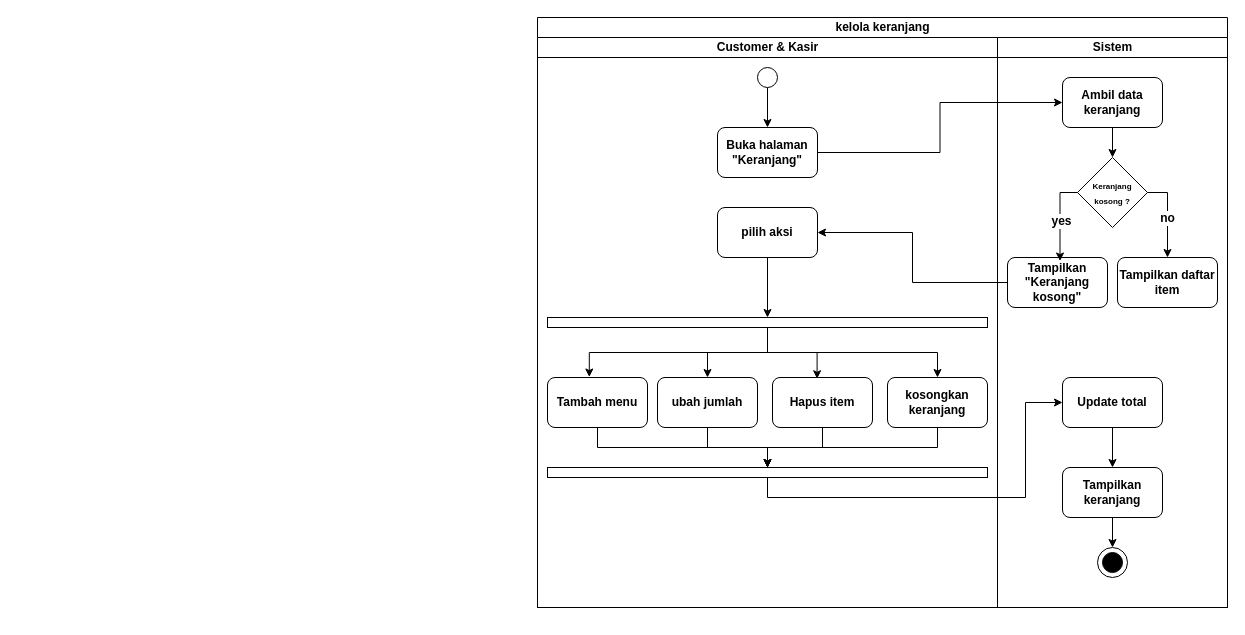
Above: page "kelola keranjang" (8 of 19) of assets/uml/activity-diagram.drawio in RIOKOWI/warmindo_purnama_flutter (draw.io), before the change. Source tidied: cells renumbered, new cells numbered last; positions are measured from the earlier drawing's top-left corner, leaving out a move shared by most shapes. Both pictures are drawn from the tidied source at 100%, with x=0, y=0 at pixel (17, 17).
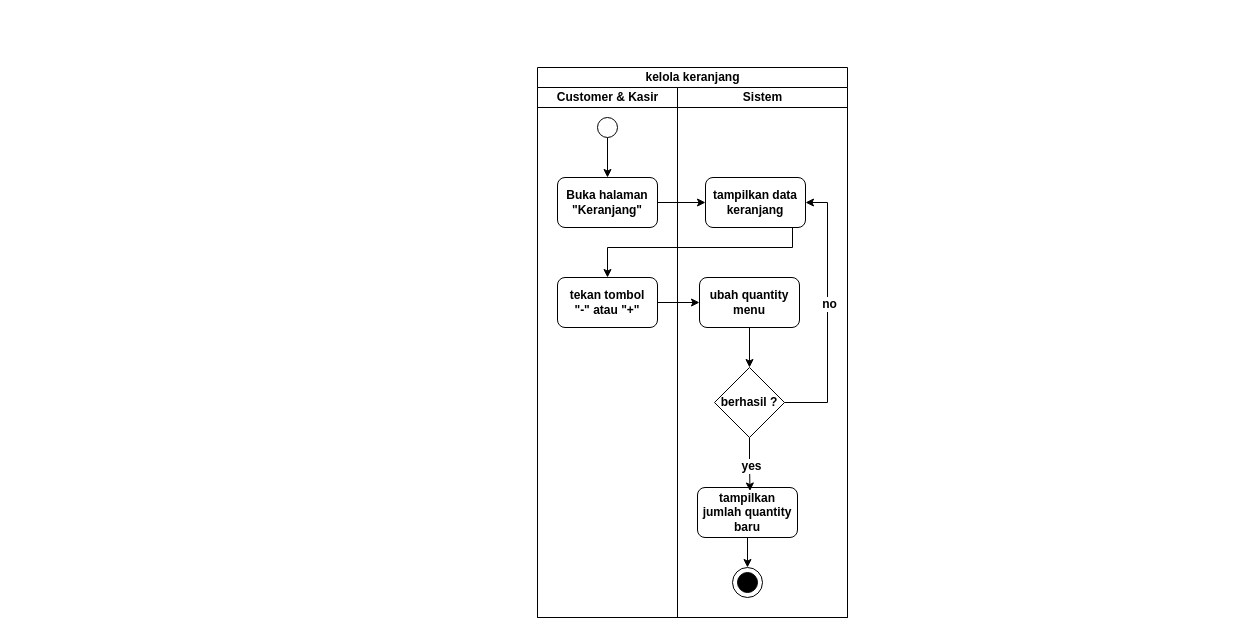
The same page after the edit.

Commit message:
docs(uml): refactor activity diagram manage cart

Unchanged cells that the change refers to:
```xml
<mxCell id="39" style="ellipse;whiteSpace=wrap;html=1;strokeColor=default;align=center;verticalAlign=middle;fontFamily=Helvetica;fontSize=12;fontColor=default;fontStyle=1;fillColor=default;" parent="38" vertex="1">
  <mxGeometry width="30" height="30" as="geometry" />
</mxCell>
```

The edit, as a diff of the source:
```diff
@@
     <mxCell id="3" value="kelola keranjang" style="swimlane;startSize=20;html=1;" parent="1" vertex="1">
-      <mxGeometry x="520" width="690" height="590" as="geometry" />
+      <mxGeometry x="520" y="50" width="310" height="550" as="geometry" />
     </mxCell>
     <mxCell id="4" value="Customer &amp;amp; Kasir" style="swimlane;startSize=20;html=1;" parent="3" vertex="1">
-      <mxGeometry y="20" width="460" height="570" as="geometry" />
+      <mxGeometry y="20" width="140" height="530" as="geometry" />
     </mxCell>
@@
     <mxCell id="6" style="ellipse;whiteSpace=wrap;html=1;strokeColor=default;align=center;verticalAlign=middle;fontFamily=Helvetica;fontSize=12;fontColor=default;fontStyle=1;fillColor=default;" parent="4" vertex="1">
-      <mxGeometry x="220" y="30" width="20" height="20" as="geometry" />
+      <mxGeometry x="60" y="30" width="20" height="20" as="geometry" />
     </mxCell>
     <mxCell id="7" value="Buka halaman &quot;Keranjang&quot;" style="rounded=1;whiteSpace=wrap;html=1;strokeColor=default;align=center;verticalAlign=middle;fontFamily=Helvetica;fontSize=12;fontColor=default;fontStyle=1;fillColor=default;" parent="4" vertex="1">
-      <mxGeometry x="180" y="90" width="100" height="50" as="geometry" />
+      <mxGeometry x="20" y="90" width="100" height="50" as="geometry" />
     </mxCell>
-    <mxCell id="8" style="edgeStyle=orthogonalEdgeStyle;shape=connector;rounded=0;html=1;entryX=0.5;entryY=0;entryDx=0;entryDy=0;strokeColor=default;align=center;verticalAlign=middle;fontFamily=Helvetica;fontSize=12;fontColor=default;fontStyle=1;labelBackgroundColor=default;endArrow=classic;curved=0;" parent="4" edge="1" source="10" target="14">
-      <mxGeometry relative="1" as="geometry" />
-    </mxCell>
-    <mxCell id="9" style="edgeStyle=orthogonalEdgeStyle;shape=connector;rounded=0;html=1;entryX=0.5;entryY=0;entryDx=0;entryDy=0;strokeColor=default;align=center;verticalAlign=middle;fontFamily=Helvetica;fontSize=12;fontColor=default;fontStyle=1;labelBackgroundColor=default;endArrow=classic;curved=0;" parent="4" edge="1" source="10" target="18">
-      <mxGeometry relative="1" as="geometry" />
-    </mxCell>
-    <mxCell id="10" style="rounded=0;whiteSpace=wrap;html=1;strokeColor=default;align=center;verticalAlign=middle;fontFamily=Helvetica;fontSize=12;fontColor=default;fontStyle=1;fillColor=default;" parent="4" vertex="1">
-      <mxGeometry x="10" y="280" width="440" height="10" as="geometry" />
-    </mxCell>
-    <mxCell id="11" style="edgeStyle=orthogonalEdgeStyle;shape=connector;rounded=0;html=1;entryX=0.5;entryY=0;entryDx=0;entryDy=0;strokeColor=default;align=center;verticalAlign=middle;fontFamily=Helvetica;fontSize=12;fontColor=default;fontStyle=1;labelBackgroundColor=default;endArrow=classic;curved=0;" parent="4" edge="1" source="12" target="21">
-      <mxGeometry relative="1" as="geometry" />
-    </mxCell>
-    <mxCell id="12" value="Tambah menu" style="rounded=1;whiteSpace=wrap;html=1;strokeColor=default;align=center;verticalAlign=middle;fontFamily=Helvetica;fontSize=12;fontColor=default;fontStyle=1;fillColor=default;" parent="4" vertex="1">
-      <mxGeometry x="10" y="340" width="100" height="50" as="geometry" />
-    </mxCell>
-    <mxCell id="13" style="edgeStyle=orthogonalEdgeStyle;shape=connector;rounded=0;html=1;entryX=0.5;entryY=0;entryDx=0;entryDy=0;strokeColor=default;align=center;verticalAlign=middle;fontFamily=Helvetica;fontSize=12;fontColor=default;fontStyle=1;labelBackgroundColor=default;endArrow=classic;curved=0;" parent="4" edge="1" source="14" target="21">
-      <mxGeometry relative="1" as="geometry" />
-    </mxCell>
-    <mxCell id="14" value="ubah jumlah" style="rounded=1;whiteSpace=wrap;html=1;strokeColor=default;align=center;verticalAlign=middle;fontFamily=Helvetica;fontSize=12;fontColor=default;fontStyle=1;fillColor=default;" parent="4" vertex="1">
-      <mxGeometry x="120" y="340" width="100" height="50" as="geometry" />
-    </mxCell>
-    <mxCell id="15" style="edgeStyle=orthogonalEdgeStyle;shape=connector;rounded=0;html=1;entryX=0.5;entryY=0;entryDx=0;entryDy=0;strokeColor=default;align=center;verticalAlign=middle;fontFamily=Helvetica;fontSize=12;fontColor=default;fontStyle=1;labelBackgroundColor=default;endArrow=classic;curved=0;" parent="4" edge="1" source="16" target="21">
-      <mxGeometry relative="1" as="geometry" />
-    </mxCell>
-    <mxCell id="16" value="Hapus item" style="rounded=1;whiteSpace=wrap;html=1;strokeColor=default;align=center;verticalAlign=middle;fontFamily=Helvetica;fontSize=12;fontColor=default;fontStyle=1;fillColor=default;" parent="4" vertex="1">
-      <mxGeometry x="235" y="340" width="100" height="50" as="geometry" />
-    </mxCell>
-    <mxCell id="17" style="edgeStyle=orthogonalEdgeStyle;shape=connector;rounded=0;html=1;entryX=0.5;entryY=0;entryDx=0;entryDy=0;strokeColor=default;align=center;verticalAlign=middle;fontFamily=Helvetica;fontSize=12;fontColor=default;fontStyle=1;labelBackgroundColor=default;endArrow=classic;curved=0;" parent="4" edge="1" source="18" target="21">
-      <mxGeometry relative="1" as="geometry" />
-    </mxCell>
-    <mxCell id="18" value="kosongkan keranjang" style="rounded=1;whiteSpace=wrap;html=1;strokeColor=default;align=center;verticalAlign=middle;fontFamily=Helvetica;fontSize=12;fontColor=default;fontStyle=1;fillColor=default;" parent="4" vertex="1">
-      <mxGeometry x="350" y="340" width="100" height="50" as="geometry" />
-    </mxCell>
-    <mxCell id="19" style="edgeStyle=orthogonalEdgeStyle;shape=connector;rounded=0;html=1;entryX=0.418;entryY=-0.01;entryDx=0;entryDy=0;entryPerimeter=0;strokeColor=default;align=center;verticalAlign=middle;fontFamily=Helvetica;fontSize=12;fontColor=default;fontStyle=1;labelBackgroundColor=default;endArrow=classic;curved=0;" parent="4" edge="1" source="10" target="12">
-      <mxGeometry relative="1" as="geometry" />
-    </mxCell>
-    <mxCell id="20" style="edgeStyle=orthogonalEdgeStyle;shape=connector;rounded=0;html=1;entryX=0.446;entryY=0.025;entryDx=0;entryDy=0;entryPerimeter=0;strokeColor=default;align=center;verticalAlign=middle;fontFamily=Helvetica;fontSize=12;fontColor=default;fontStyle=1;labelBackgroundColor=default;endArrow=classic;curved=0;" parent="4" edge="1" source="10" target="16">
-      <mxGeometry relative="1" as="geometry" />
-    </mxCell>
-    <mxCell id="21" style="rounded=0;whiteSpace=wrap;html=1;strokeColor=default;align=center;verticalAlign=middle;fontFamily=Helvetica;fontSize=12;fontColor=default;fontStyle=1;fillColor=default;" parent="4" vertex="1">
-      <mxGeometry x="10" y="430" width="440" height="10" as="geometry" />
-    </mxCell>
-    <mxCell id="22" style="edgeStyle=none;html=1;entryX=0.5;entryY=0;entryDx=0;entryDy=0;" parent="4" edge="1" source="23" target="10">
-      <mxGeometry relative="1" as="geometry" />
-    </mxCell>
-    <mxCell id="23" value="pilih aksi" style="rounded=1;whiteSpace=wrap;html=1;strokeColor=default;align=center;verticalAlign=middle;fontFamily=Helvetica;fontSize=12;fontColor=default;fontStyle=1;fillColor=default;" parent="4" vertex="1">
-      <mxGeometry x="180" y="170" width="100" height="50" as="geometry" />
+    <mxCell id="23" value="tekan tombol&lt;div&gt;&quot;-&quot; atau &quot;+&quot;&lt;/div&gt;" style="rounded=1;whiteSpace=wrap;html=1;strokeColor=default;align=center;verticalAlign=middle;fontFamily=Helvetica;fontSize=12;fontColor=default;fontStyle=1;fillColor=default;" parent="4" vertex="1">
+      <mxGeometry x="20" y="190" width="100" height="50" as="geometry" />
     </mxCell>
     <mxCell id="24" value="Sistem" style="swimlane;startSize=20;html=1;" parent="3" vertex="1">
-      <mxGeometry x="460" y="20" width="230" height="570" as="geometry" />
+      <mxGeometry x="140" y="20" width="170" height="530" as="geometry" />
     </mxCell>
-    <mxCell id="25" style="edgeStyle=orthogonalEdgeStyle;shape=connector;rounded=0;html=1;entryX=0.5;entryY=0;entryDx=0;entryDy=0;strokeColor=default;align=center;verticalAlign=middle;fontFamily=Helvetica;fontSize=12;fontColor=default;fontStyle=1;labelBackgroundColor=default;endArrow=classic;curved=0;" parent="24" edge="1" source="26" target="29">
-      <mxGeometry relative="1" as="geometry" />
-    </mxCell>
-    <mxCell id="26" value="Ambil data keranjang" style="rounded=1;whiteSpace=wrap;html=1;strokeColor=default;align=center;verticalAlign=middle;fontFamily=Helvetica;fontSize=12;fontColor=default;fontStyle=1;fillColor=default;" parent="24" vertex="1">
-      <mxGeometry x="65" y="40" width="100" height="50" as="geometry" />
+    <mxCell id="26" value="tampilkan data keranjang" style="rounded=1;whiteSpace=wrap;html=1;strokeColor=default;align=center;verticalAlign=middle;fontFamily=Helvetica;fontSize=12;fontColor=default;fontStyle=1;fillColor=default;" parent="24" vertex="1">
+      <mxGeometry x="28" y="90" width="100" height="50" as="geometry" />
     </mxCell>
-    <mxCell id="27" style="edgeStyle=orthogonalEdgeStyle;shape=connector;rounded=0;html=1;entryX=0.5;entryY=0;entryDx=0;entryDy=0;strokeColor=default;align=center;verticalAlign=middle;fontFamily=Helvetica;fontSize=12;fontColor=default;fontStyle=1;labelBackgroundColor=default;endArrow=classic;exitX=1;exitY=0.5;exitDx=0;exitDy=0;curved=0;" parent="24" edge="1" source="29" target="30">
-      <mxGeometry relative="1" as="geometry" />
+    <mxCell id="27" style="edgeStyle=orthogonalEdgeStyle;shape=connector;rounded=0;html=1;entryX=1;entryY=0.5;entryDx=0;entryDy=0;strokeColor=default;align=center;verticalAlign=middle;fontFamily=Helvetica;fontSize=12;fontColor=default;fontStyle=1;labelBackgroundColor=default;endArrow=classic;exitX=1;exitY=0.5;exitDx=0;exitDy=0;curved=0;" parent="24" edge="1" source="29" target="26">
+      <mxGeometry relative="1" as="geometry">
+        <Array as="points">
+          <mxPoint x="150" y="315" />
+          <mxPoint x="150" y="115" />
+        </Array>
+      </mxGeometry>
     </mxCell>
@@
-    <mxCell id="29" value="&lt;font style=&quot;font-size: 8px;&quot;&gt;Keranjang&lt;/font&gt;&lt;div&gt;&lt;font style=&quot;font-size: 8px;&quot;&gt;kosong ?&lt;/font&gt;&lt;/div&gt;" style="rhombus;whiteSpace=wrap;html=1;strokeColor=default;align=center;verticalAlign=middle;fontFamily=Helvetica;fontSize=12;fontColor=default;fontStyle=1;fillColor=default;" parent="24" vertex="1">
-      <mxGeometry x="80" y="120" width="70" height="70" as="geometry" />
+    <mxCell id="29" value="&lt;font&gt;berhasil ?&lt;/font&gt;" style="rhombus;whiteSpace=wrap;html=1;strokeColor=default;align=center;verticalAlign=middle;fontFamily=Helvetica;fontSize=12;fontColor=default;fontStyle=1;fillColor=default;" parent="24" vertex="1">
+      <mxGeometry x="37" y="280" width="70" height="70" as="geometry" />
     </mxCell>
-    <mxCell id="30" value="Tampilkan daftar item" style="rounded=1;whiteSpace=wrap;html=1;strokeColor=default;align=center;verticalAlign=middle;fontFamily=Helvetica;fontSize=12;fontColor=default;fontStyle=1;fillColor=default;" parent="24" vertex="1">
-      <mxGeometry x="120" y="220" width="100" height="50" as="geometry" />
-    </mxCell>
+    <mxCell id="44" style="edgeStyle=orthogonalEdgeStyle;shape=connector;curved=0;rounded=0;html=1;entryX=0.5;entryY=0;entryDx=0;entryDy=0;strokeColor=default;align=center;verticalAlign=middle;fontFamily=Helvetica;fontSize=12;fontColor=default;fontStyle=1;labelBackgroundColor=default;endArrow=classic;" parent="24" edge="1" source="31" target="39">
+      <mxGeometry relative="1" as="geometry" />
+    </mxCell>
-    <mxCell id="31" value="Tampilkan&lt;div&gt;&quot;Keranjang kosong&quot;&lt;/div&gt;" style="rounded=1;whiteSpace=wrap;html=1;strokeColor=default;align=center;verticalAlign=middle;fontFamily=Helvetica;fontSize=12;fontColor=default;fontStyle=1;fillColor=default;" parent="24" vertex="1">
-      <mxGeometry x="10" y="220" width="100" height="50" as="geometry" />
+    <mxCell id="31" value="tampilkan jumlah quantity baru" style="rounded=1;whiteSpace=wrap;html=1;strokeColor=default;align=center;verticalAlign=middle;fontFamily=Helvetica;fontSize=12;fontColor=default;fontStyle=1;fillColor=default;" parent="24" vertex="1">
+      <mxGeometry x="20" y="400" width="100" height="50" as="geometry" />
     </mxCell>
-    <mxCell id="32" style="edgeStyle=orthogonalEdgeStyle;shape=connector;rounded=0;html=1;entryX=0.525;entryY=0.07;entryDx=0;entryDy=0;entryPerimeter=0;strokeColor=default;align=center;verticalAlign=middle;fontFamily=Helvetica;fontSize=12;fontColor=default;fontStyle=1;labelBackgroundColor=default;endArrow=classic;exitX=0;exitY=0.5;exitDx=0;exitDy=0;curved=0;" parent="24" edge="1" source="29" target="31">
+    <mxCell id="32" style="edgeStyle=orthogonalEdgeStyle;shape=connector;rounded=0;html=1;entryX=0.525;entryY=0.07;entryDx=0;entryDy=0;entryPerimeter=0;strokeColor=default;align=center;verticalAlign=middle;fontFamily=Helvetica;fontSize=12;fontColor=default;fontStyle=1;labelBackgroundColor=default;endArrow=classic;exitX=0.5;exitY=1;exitDx=0;exitDy=0;curved=0;" parent="24" edge="1" source="29" target="31">
       <mxGeometry relative="1" as="geometry" />
     </mxCell>
@@
-    <mxCell id="34" style="edgeStyle=orthogonalEdgeStyle;shape=connector;rounded=0;html=1;entryX=0.5;entryY=0;entryDx=0;entryDy=0;strokeColor=default;align=center;verticalAlign=middle;fontFamily=Helvetica;fontSize=12;fontColor=default;fontStyle=1;labelBackgroundColor=default;endArrow=classic;curved=0;" parent="24" edge="1" source="35" target="37">
-      <mxGeometry relative="1" as="geometry" />
-    </mxCell>
-    <mxCell id="35" value="Update total" style="rounded=1;whiteSpace=wrap;html=1;strokeColor=default;align=center;verticalAlign=middle;fontFamily=Helvetica;fontSize=12;fontColor=default;fontStyle=1;fillColor=default;" parent="24" vertex="1">
-      <mxGeometry x="65" y="340" width="100" height="50" as="geometry" />
-    </mxCell>
-    <mxCell id="36" style="edgeStyle=orthogonalEdgeStyle;shape=connector;rounded=0;html=1;entryX=0.5;entryY=0;entryDx=0;entryDy=0;strokeColor=default;align=center;verticalAlign=middle;fontFamily=Helvetica;fontSize=12;fontColor=default;fontStyle=1;labelBackgroundColor=default;endArrow=classic;curved=0;" parent="24" edge="1" source="37" target="39">
-      <mxGeometry relative="1" as="geometry" />
-    </mxCell>
-    <mxCell id="37" value="Tampilkan keranjang" style="rounded=1;whiteSpace=wrap;html=1;strokeColor=default;align=center;verticalAlign=middle;fontFamily=Helvetica;fontSize=12;fontColor=default;fontStyle=1;fillColor=default;" parent="24" vertex="1">
-      <mxGeometry x="65" y="430" width="100" height="50" as="geometry" />
-    </mxCell>
     <mxCell id="38" style="group;" parent="24" vertex="1">
-      <mxGeometry x="100" y="510" width="30" height="30" as="geometry" />
+      <mxGeometry x="55" y="480" width="30" height="30" as="geometry" />
     </mxCell>
@@
+    <mxCell id="45" style="edgeStyle=orthogonalEdgeStyle;shape=connector;curved=0;rounded=0;html=1;entryX=0.5;entryY=0;entryDx=0;entryDy=0;strokeColor=default;align=center;verticalAlign=middle;fontFamily=Helvetica;fontSize=12;fontColor=default;fontStyle=1;labelBackgroundColor=default;endArrow=classic;" parent="24" edge="1" source="46" target="29">
+      <mxGeometry relative="1" as="geometry" />
+    </mxCell>
+    <mxCell id="46" value="ubah quantity menu" style="rounded=1;whiteSpace=wrap;html=1;strokeColor=default;align=center;verticalAlign=middle;fontFamily=Helvetica;fontSize=12;fontColor=default;fontStyle=1;fillColor=default;" parent="24" vertex="1">
+      <mxGeometry x="22" y="190" width="100" height="50" as="geometry" />
+    </mxCell>
@@
-    <mxCell id="42" style="edgeStyle=orthogonalEdgeStyle;shape=connector;rounded=0;html=1;entryX=1;entryY=0.5;entryDx=0;entryDy=0;strokeColor=default;align=center;verticalAlign=middle;fontFamily=Helvetica;fontSize=12;fontColor=default;fontStyle=1;labelBackgroundColor=default;endArrow=classic;curved=0;" parent="3" edge="1" source="31" target="23">
-      <mxGeometry relative="1" as="geometry" />
-    </mxCell>
-    <mxCell id="43" style="edgeStyle=orthogonalEdgeStyle;shape=connector;rounded=0;html=1;entryX=0;entryY=0.5;entryDx=0;entryDy=0;strokeColor=default;align=center;verticalAlign=middle;fontFamily=Helvetica;fontSize=12;fontColor=default;fontStyle=1;labelBackgroundColor=default;endArrow=classic;exitX=0.5;exitY=1;exitDx=0;exitDy=0;curved=0;" parent="3" edge="1" source="21" target="35">
-      <mxGeometry relative="1" as="geometry">
-        <Array as="points">
-          <mxPoint x="230" y="480" />
-          <mxPoint x="488" y="480" />
-          <mxPoint x="488" y="385" />
-        </Array>
-      </mxGeometry>
-    </mxCell>
+    <mxCell id="47" style="edgeStyle=orthogonalEdgeStyle;shape=connector;curved=0;rounded=0;html=1;strokeColor=default;align=center;verticalAlign=middle;fontFamily=Helvetica;fontSize=12;fontColor=default;fontStyle=1;labelBackgroundColor=default;endArrow=classic;" parent="3" edge="1" source="23" target="46">
+      <mxGeometry relative="1" as="geometry" />
+    </mxCell>
+    <mxCell id="48" style="edgeStyle=orthogonalEdgeStyle;shape=connector;curved=0;rounded=0;html=1;strokeColor=default;align=center;verticalAlign=middle;fontFamily=Helvetica;fontSize=12;fontColor=default;fontStyle=1;labelBackgroundColor=default;endArrow=classic;" parent="3" edge="1" source="26" target="23">
+      <mxGeometry relative="1" as="geometry">
+        <Array as="points">
+          <mxPoint x="255" y="180" />
+          <mxPoint x="70" y="180" />
+        </Array>
+      </mxGeometry>
+    </mxCell>
```
